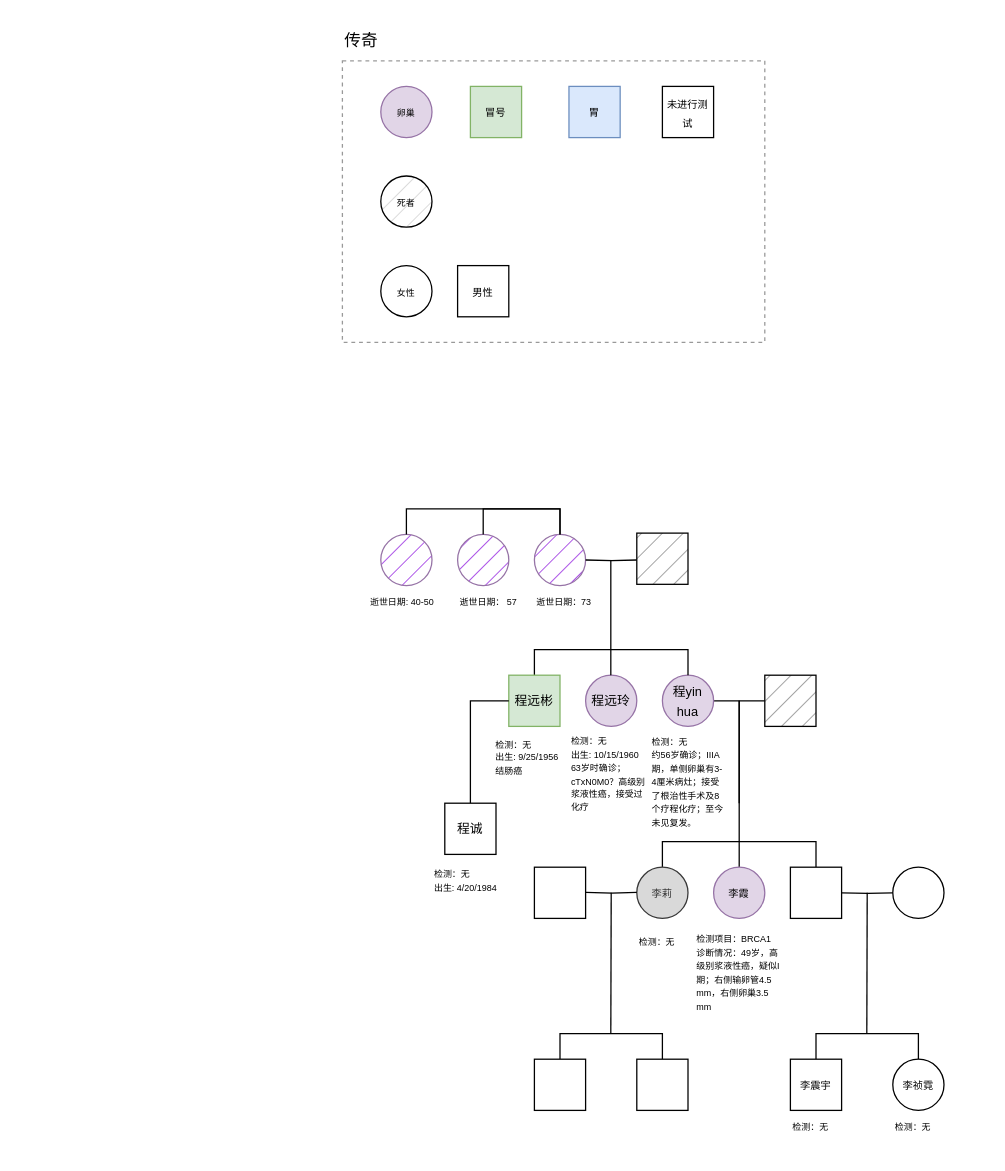
The draw.io diagram pedigree_chinese.drawio in jennyznli/draw.io, before the edit. Source tidied: cells renumbered, new cells numbered last; positions are measured from the earlier drawing's top-left corner, leaving out a move shared by most shapes. Both pictures are drawn from the tidied source at 128%, with x=0, y=0 at pixel (342, 22).
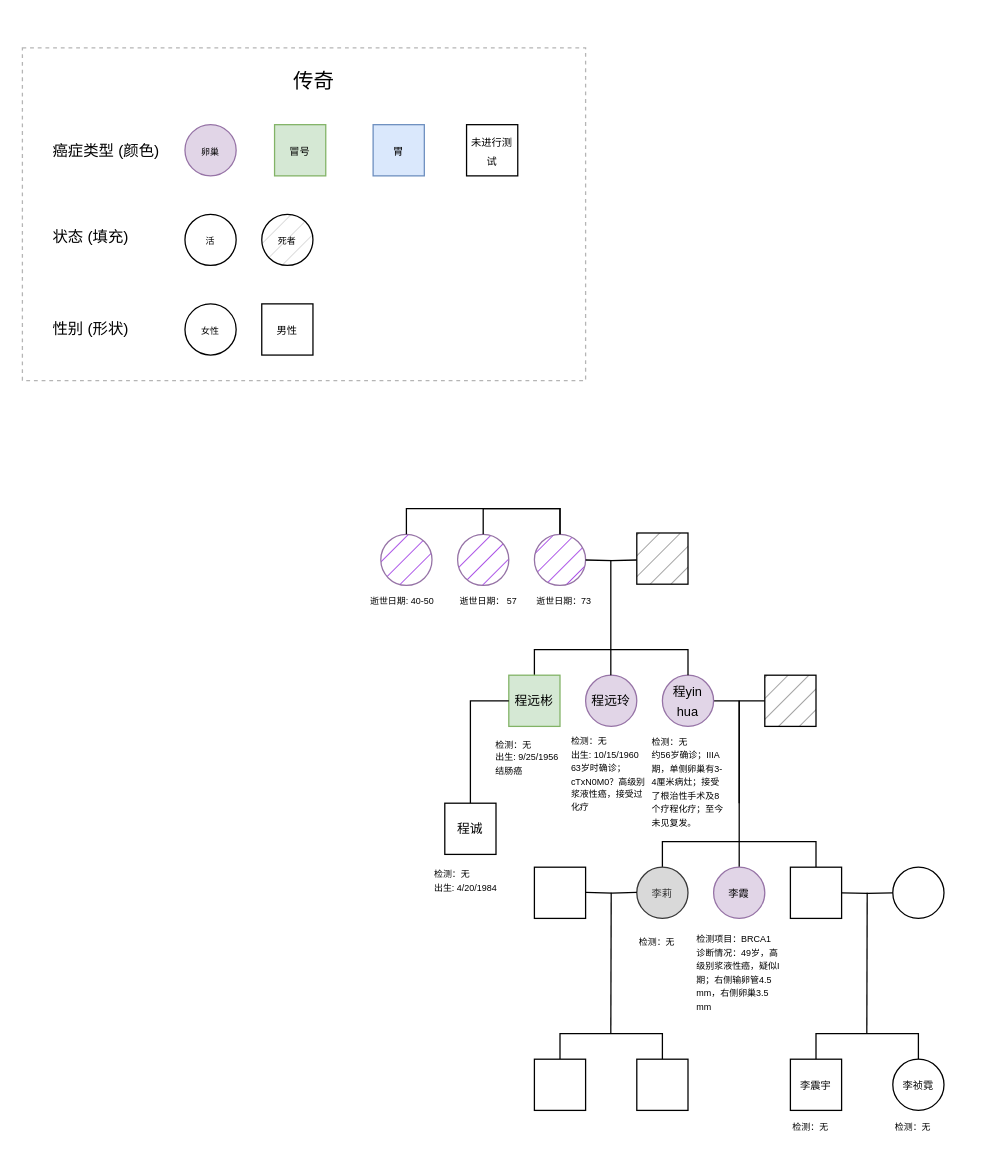
The same page after the edit.

Diff of the diagram source:
```diff
@@
-    <mxCell id="2" style="rounded=0;whiteSpace=wrap;html=1;opacity=40;dashed=1;perimeterSpacing=0;strokeWidth=1;" parent="1" vertex="1">
-      <mxGeometry y="30" width="330" height="220" as="geometry" />
+    <mxCell id="2" style="rounded=0;whiteSpace=wrap;html=1;dashed=1;perimeterSpacing=0;strokeWidth=1;strokeColor=#B5B5B5;" parent="1" vertex="1">
+      <mxGeometry x="-250" y="19.9" width="440" height="260" as="geometry" />
     </mxCell>
@@
     <mxCell id="6" style="edgeStyle=orthogonalEdgeStyle;rounded=0;orthogonalLoop=1;jettySize=auto;html=1;entryX=0.5;entryY=0;entryDx=0;entryDy=0;endArrow=none;endFill=0;" parent="1" edge="1">
       <mxGeometry relative="1" as="geometry">
-        <mxPoint x="370" y="630" as="targetPoint" />
+        <mxPoint x="220" y="579.9" as="targetPoint" />
         <Array as="points">
-          <mxPoint x="250" y="610" />
-          <mxPoint x="370" y="610" />
+          <mxPoint x="100" y="559.9" />
+          <mxPoint x="220" y="559.9" />
         </Array>
       </mxGeometry>
     </mxCell>
@@
     <mxCell id="12" value="&lt;span style=&quot;font-size: 7px;&quot;&gt;卵巢&lt;/span&gt;" style="ellipse;whiteSpace=wrap;html=1;fillColor=#e1d5e7;strokeColor=#9673a6;" parent="1" vertex="1">
-      <mxGeometry x="30" y="50" width="40" height="40" as="geometry" />
+      <mxGeometry x="-123" y="79.9" width="40" height="40" as="geometry" />
     </mxCell>
     <mxCell id="13" value="&lt;span style=&quot;font-size: 8px;&quot;&gt;冒号&lt;/span&gt;" style="whiteSpace=wrap;html=1;fillColor=#d5e8d4;strokeColor=#82b366;" parent="1" vertex="1">
-      <mxGeometry x="100" y="50" width="40" height="40" as="geometry" />
+      <mxGeometry x="-53" y="79.9" width="40" height="40" as="geometry" />
     </mxCell>
     <mxCell id="14" value="&lt;div&gt;&lt;span style=&quot;font-size: 8px; background-color: transparent; color: light-dark(rgb(0, 0, 0), rgb(255, 255, 255));&quot;&gt;胃&lt;/span&gt;&lt;/div&gt;" style="whiteSpace=wrap;html=1;fillColor=#dae8fc;strokeColor=#6c8ebf;direction=south;" parent="1" vertex="1">
-      <mxGeometry x="177" y="50" width="40" height="40" as="geometry" />
+      <mxGeometry x="24" y="79.9" width="40" height="40" as="geometry" />
     </mxCell>
@@
     <mxCell id="40" style="ellipse;whiteSpace=wrap;html=1;fillColor=#AA50E7;strokeColor=#9673a6;fillStyle=hatch;" parent="1" vertex="1">
-      <mxGeometry x="150" y="400" width="40" height="40" as="geometry" />
+      <mxGeometry x="150" y="399.9" width="40" height="40" as="geometry" />
     </mxCell>
     <mxCell id="41" style="ellipse;whiteSpace=wrap;html=1;fillColor=#AA50E7;strokeColor=#9673a6;fillStyle=hatch;" parent="1" vertex="1">
-      <mxGeometry x="90" y="400" width="40" height="40" as="geometry" />
+      <mxGeometry x="90" y="399.9" width="40" height="40" as="geometry" />
     </mxCell>
@@
     <mxCell id="43" style="edgeStyle=orthogonalEdgeStyle;rounded=0;orthogonalLoop=1;jettySize=auto;html=1;endArrow=none;endFill=0;" parent="1" edge="1">
       <mxGeometry relative="1" as="geometry">
-        <mxPoint x="110" y="400" as="sourcePoint" />
-        <mxPoint x="170" y="400" as="targetPoint" />
+        <mxPoint x="110" y="399.9" as="sourcePoint" />
+        <mxPoint x="170" y="399.9" as="targetPoint" />
         <Array as="points">
-          <mxPoint x="110" y="400" />
-          <mxPoint x="110" y="380" />
-          <mxPoint x="170" y="380" />
+          <mxPoint x="110" y="399.9" />
+          <mxPoint x="110" y="379.9" />
+          <mxPoint x="170" y="379.9" />
         </Array>
       </mxGeometry>
     </mxCell>
     <mxCell id="44" style="ellipse;whiteSpace=wrap;html=1;fillColor=#AA50E7;strokeColor=#9673a6;fillStyle=hatch;" parent="1" vertex="1">
-      <mxGeometry x="30" y="400" width="40" height="40" as="geometry" />
+      <mxGeometry x="30" y="399.9" width="40" height="40" as="geometry" />
     </mxCell>
     <mxCell id="45" value="&lt;div style=&quot;&quot;&gt;&lt;span style=&quot;font-size: 7px;&quot;&gt;逝世日期&lt;/span&gt;&lt;span style=&quot;font-size: 7px; background-color: transparent; color: light-dark(rgb(0, 0, 0), rgb(255, 255, 255));&quot;&gt;: 40-50&lt;/span&gt;&lt;/div&gt;" style="text;html=1;whiteSpace=wrap;strokeColor=none;fillColor=none;align=left;verticalAlign=middle;rounded=0;" parent="1" vertex="1">
-      <mxGeometry x="20" y="439" width="60" height="25" as="geometry" />
+      <mxGeometry x="20" y="438.9" width="60" height="25" as="geometry" />
     </mxCell>
     <mxCell id="46" value="&lt;div style=&quot;&quot;&gt;&lt;span style=&quot;font-size: 7px;&quot;&gt;逝世日期：&amp;nbsp;&lt;/span&gt;&lt;span style=&quot;font-size: 7px; background-color: transparent; color: light-dark(rgb(0, 0, 0), rgb(255, 255, 255));&quot;&gt;57&lt;/span&gt;&lt;/div&gt;" style="text;html=1;whiteSpace=wrap;strokeColor=none;fillColor=none;align=left;verticalAlign=middle;rounded=0;" parent="1" vertex="1">
-      <mxGeometry x="90" y="439" width="60" height="25" as="geometry" />
+      <mxGeometry x="90" y="438.9" width="60" height="25" as="geometry" />
     </mxCell>
     <mxCell id="47" value="&lt;div style=&quot;&quot;&gt;&lt;span style=&quot;font-size: 7px;&quot;&gt;逝世日期：&lt;/span&gt;&lt;span style=&quot;font-size: 7px; background-color: transparent; color: light-dark(rgb(0, 0, 0), rgb(255, 255, 255));&quot;&gt;73&lt;/span&gt;&lt;/div&gt;" style="text;html=1;whiteSpace=wrap;strokeColor=none;fillColor=none;align=left;verticalAlign=middle;rounded=0;" parent="1" vertex="1">
-      <mxGeometry x="150" y="439" width="60" height="25" as="geometry" />
+      <mxGeometry x="150" y="438.9" width="60" height="25" as="geometry" />
     </mxCell>
     <mxCell id="48" style="edgeStyle=orthogonalEdgeStyle;rounded=0;orthogonalLoop=1;jettySize=auto;html=1;endArrow=none;endFill=0;" parent="1" edge="1">
       <mxGeometry relative="1" as="geometry">
-        <mxPoint x="50" y="400" as="sourcePoint" />
-        <mxPoint x="170" y="400" as="targetPoint" />
+        <mxPoint x="50" y="399.9" as="sourcePoint" />
+        <mxPoint x="170" y="399.9" as="targetPoint" />
         <Array as="points">
-          <mxPoint x="50" y="400" />
-          <mxPoint x="50" y="380" />
-          <mxPoint x="170" y="380" />
+          <mxPoint x="50" y="399.9" />
+          <mxPoint x="50" y="379.9" />
+          <mxPoint x="170" y="379.9" />
         </Array>
       </mxGeometry>
     </mxCell>
@@
     <mxCell id="51" style="whiteSpace=wrap;html=1;fillStyle=hatch;fillColor=#A1A1A1;" parent="1" vertex="1">
-      <mxGeometry x="230" y="399" width="40" height="40" as="geometry" />
+      <mxGeometry x="230" y="398.9" width="40" height="40" as="geometry" />
     </mxCell>
     <mxCell id="52" value="&lt;div&gt;&lt;span style=&quot;font-size: 8px;&quot;&gt;未进行测试&lt;/span&gt;&lt;/div&gt;" style="whiteSpace=wrap;html=1;" parent="1" vertex="1">
-      <mxGeometry x="250" y="50" width="40" height="40" as="geometry" />
+      <mxGeometry x="97" y="79.9" width="40" height="40" as="geometry" />
     </mxCell>
     <mxCell id="53" value="&lt;span style=&quot;font-size: 7px;&quot;&gt;死者&lt;/span&gt;" style="ellipse;whiteSpace=wrap;html=1;fillStyle=hatch;fillColor=#D9D9D9;" parent="1" vertex="1">
-      <mxGeometry x="30" y="120" width="40" height="40" as="geometry" />
+      <mxGeometry x="-63" y="149.9" width="40" height="40" as="geometry" />
     </mxCell>
     <mxCell id="54" value="&lt;span style=&quot;font-size: 7px;&quot;&gt;女性&lt;/span&gt;" style="ellipse;whiteSpace=wrap;html=1;fillStyle=hatch;fillColor=none;" parent="1" vertex="1">
-      <mxGeometry x="30" y="190" width="40" height="40" as="geometry" />
+      <mxGeometry x="-123" y="219.9" width="40" height="40" as="geometry" />
     </mxCell>
     <mxCell id="55" value="&lt;div&gt;&lt;span style=&quot;font-size: 8px;&quot;&gt;男性&lt;/span&gt;&lt;/div&gt;" style="whiteSpace=wrap;html=1;" parent="1" vertex="1">
-      <mxGeometry x="90" y="190" width="40" height="40" as="geometry" />
+      <mxGeometry x="-63" y="219.9" width="40" height="40" as="geometry" />
     </mxCell>
-    <mxCell id="56" value="传奇" style="text;whiteSpace=wrap;fontSize=13;" parent="1" vertex="1">
-      <mxGeometry width="60" height="40" as="geometry" />
+    <mxCell id="56" value="传奇" style="text;whiteSpace=wrap;fontSize=16;" parent="1" vertex="1">
+      <mxGeometry x="-40" y="29.9" width="60" height="40" as="geometry" />
     </mxCell>
+    <mxCell id="57" value="癌症类型 (颜色)" style="text;whiteSpace=wrap;" parent="1" vertex="1">
+      <mxGeometry x="-228" y="86.9" width="100" height="40" as="geometry" />
+    </mxCell>
+    <mxCell id="58" value="状态 (填充)" style="text;whiteSpace=wrap;" parent="1" vertex="1">
+      <mxGeometry x="-228" y="153.9" width="100" height="40" as="geometry" />
+    </mxCell>
+    <mxCell id="59" value="性别 (形状)" style="text;whiteSpace=wrap;" parent="1" vertex="1">
+      <mxGeometry x="-228" y="225.9" width="80" height="40" as="geometry" />
+    </mxCell>
+    <mxCell id="60" value="&lt;span style=&quot;font-size: 7px;&quot;&gt;活&lt;/span&gt;" style="ellipse;whiteSpace=wrap;html=1;fillStyle=hatch;fillColor=#FFFFFF;" parent="1" vertex="1">
+      <mxGeometry x="-123" y="149.9" width="40" height="40" as="geometry" />
+    </mxCell>
```
